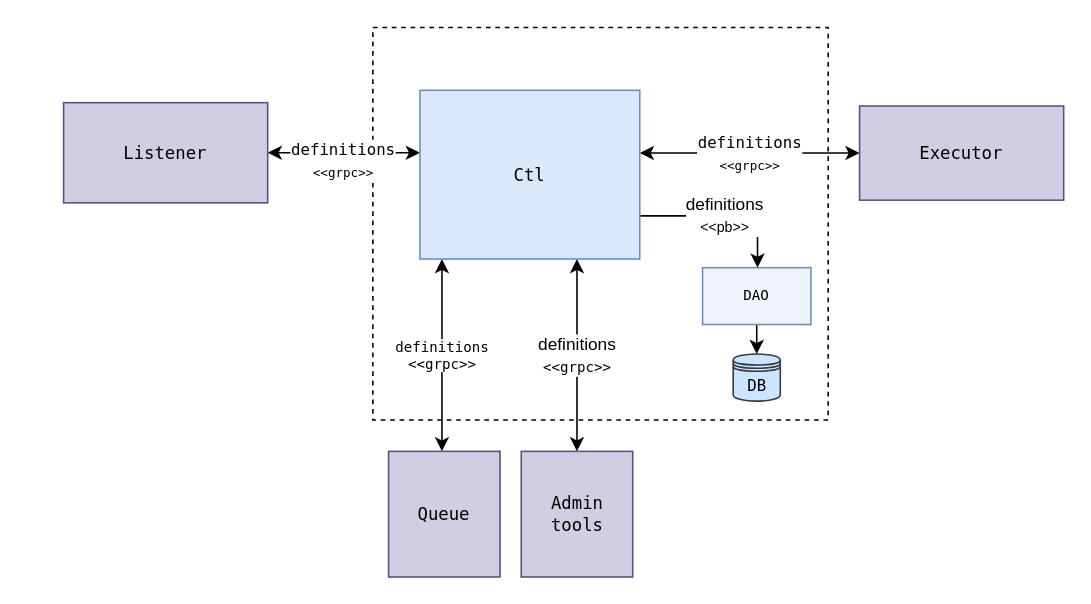
The draw.io diagram page "Ctl" (11 of 14) of docs/Jobico.drawio in andrescosta/jobico-fn, before the edit. Source tidied: cells renumbered, new cells numbered last; positions are measured from the earlier drawing's top-left corner, leaving out a move shared by most shapes. Both pictures are drawn from the tidied source at 157%, with x=0, y=0 at pixel (63, 27).
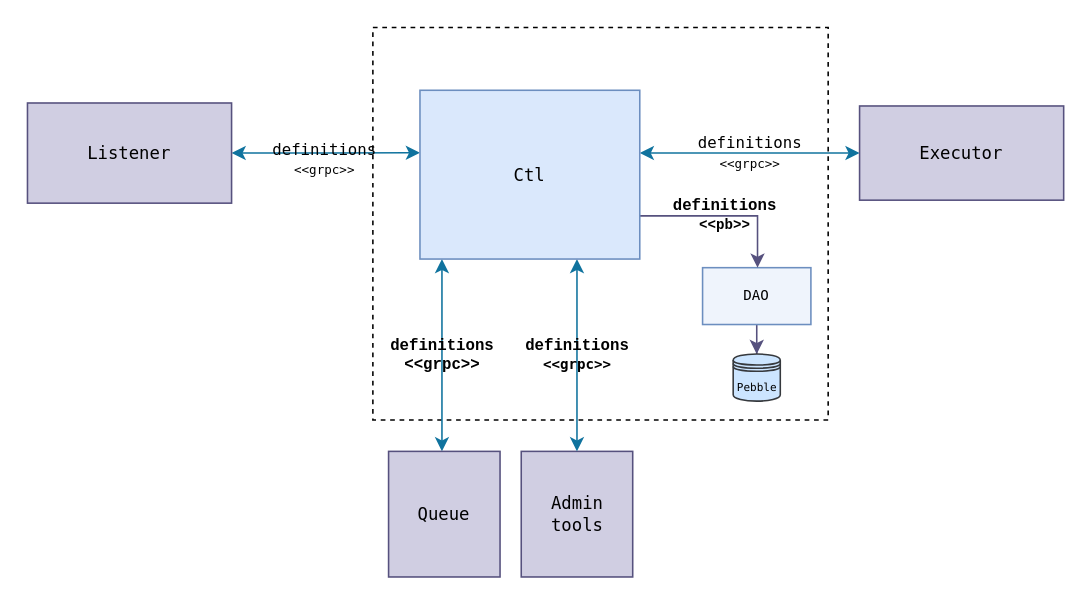
Above is the later version.

Unchanged cells that the change refers to:
```xml
<mxCell id="9" value="Executor" style="rounded=0;whiteSpace=wrap;html=1;labelBackgroundColor=none;fillColor=#d0cee2;strokeColor=#56517e;fontFamily=Lucida Console;fontSize=11;" parent="1" vertex="1">
  <mxGeometry x="507" y="50" width="130" height="60" as="geometry" />
</mxCell>
<mxCell id="11" value="DAO" style="rounded=0;whiteSpace=wrap;html=1;fontFamily=Lucida Console;fontSize=9;strokeColor=#6c8ebf;align=center;verticalAlign=middle;fontColor=default;labelBackgroundColor=none;fillColor=#EFF4FC;" parent="1" vertex="1">
  <mxGeometry x="407" y="153" width="69" height="36.2" as="geometry" />
</mxCell>
<mxCell id="14" value="Admin &lt;br&gt;tools" style="rounded=0;whiteSpace=wrap;html=1;labelBackgroundColor=none;fillColor=#d0cee2;strokeColor=#56517e;fontFamily=Lucida Console;fontSize=11;" parent="1" vertex="1">
  <mxGeometry x="291.5" y="270" width="71" height="80" as="geometry" />
</mxCell>
<mxCell id="17" value="Ctl" style="rounded=0;whiteSpace=wrap;html=1;labelBackgroundColor=none;fillColor=#dae8fc;strokeColor=#6c8ebf;fontFamily=Lucida Console;fontSize=11;" parent="1" vertex="1">
  <mxGeometry x="227" y="40" width="140" height="107.5" as="geometry" />
</mxCell>
```

What changed in the source:
```diff
@@
-    <mxCell id="3" value="&lt;font style=&quot;&quot; face=&quot;Lucida Console&quot;&gt;&lt;font size=&quot;1&quot; style=&quot;&quot;&gt;definitions&lt;br&gt;&lt;/font&gt;&lt;font style=&quot;font-size: 8px;&quot;&gt;&amp;lt;&amp;lt;grpc&amp;gt;&amp;gt;&lt;/font&gt;&lt;/font&gt;" style="edgeStyle=orthogonalEdgeStyle;jettySize=auto;html=1;rounded=0;curved=0;endArrow=classic;endFill=1;startArrow=classic;startFill=1;" parent="1" edge="1" target="9">
+    <mxCell id="3" value="&lt;font style=&quot;&quot; face=&quot;Lucida Console&quot;&gt;&lt;font size=&quot;1&quot; style=&quot;&quot;&gt;definitions&lt;br&gt;&lt;/font&gt;&lt;font style=&quot;font-size: 8px;&quot;&gt;&amp;lt;&amp;lt;grpc&amp;gt;&amp;gt;&lt;/font&gt;&lt;/font&gt;" style="edgeStyle=orthogonalEdgeStyle;jettySize=auto;html=1;rounded=0;curved=0;endArrow=classic;endFill=1;startArrow=classic;startFill=1;strokeColor=#10739e;align=center;verticalAlign=middle;fontFamily=Courier New;fontSize=10;fontColor=default;fontStyle=0;labelBackgroundColor=none;fillColor=#b1ddf0;" parent="1" edge="1" target="9">
       <mxGeometry relative="1" as="geometry">
         <mxPoint x="367" y="80" as="sourcePoint" />
         <Array as="points">
           <mxPoint x="377" y="80" />
           <mxPoint x="377" y="80" />
         </Array>
       </mxGeometry>
     </mxCell>
-    <mxCell id="4" value="definitions&lt;br style=&quot;font-size: 9px;&quot;&gt;&amp;lt;&amp;lt;grpc&amp;gt;&amp;gt;" style="edgeStyle=orthogonalEdgeStyle;orthogonalLoop=1;jettySize=auto;html=1;startArrow=classic;startFill=1;fontFamily=Lucida Console;fontSize=9;" parent="1" edge="1">
+    <mxCell id="4" value="definitions&lt;br style=&quot;font-size: 9px;&quot;&gt;&amp;lt;&amp;lt;grpc&amp;gt;&amp;gt;" style="edgeStyle=orthogonalEdgeStyle;orthogonalLoop=1;jettySize=auto;html=1;startArrow=classic;startFill=1;fontFamily=Courier New;fontSize=10;rounded=0;strokeColor=#10739e;align=center;verticalAlign=middle;fontColor=default;fontStyle=1;labelBackgroundColor=none;endArrow=classic;endFill=1;fillColor=#b1ddf0;" parent="1" edge="1">
       <mxGeometry relative="1" as="geometry">
         <mxPoint x="241" y="147.5" as="sourcePoint" />
         <mxPoint x="241" y="270" as="targetPoint" />
         <Array as="points">
           <mxPoint x="241" y="180" />
           <mxPoint x="241" y="180" />
         </Array>
       </mxGeometry>
     </mxCell>
@@
-    <mxCell id="6" style="edgeStyle=orthogonalEdgeStyle;jettySize=auto;html=1;startArrow=classic;startFill=1;" parent="1" edge="1" source="8">
+    <mxCell id="6" style="edgeStyle=orthogonalEdgeStyle;jettySize=auto;html=1;startArrow=classic;startFill=1;rounded=0;strokeColor=#10739e;align=center;verticalAlign=middle;fontFamily=Courier New;fontSize=10;fontColor=default;fontStyle=0;labelBackgroundColor=none;endArrow=classic;endFill=1;fillColor=#b1ddf0;" parent="1" edge="1" source="8">
       <mxGeometry relative="1" as="geometry">
         <mxPoint x="227" y="79.8" as="targetPoint" />
       </mxGeometry>
     </mxCell>
-    <mxCell id="7" value="&lt;font style=&quot;border-color: var(--border-color); font-family: &amp;quot;Lucida Console&amp;quot;;&quot; size=&quot;1&quot;&gt;definitions&lt;br style=&quot;border-color: var(--border-color);&quot;&gt;&lt;/font&gt;&lt;font style=&quot;border-color: var(--border-color); font-family: &amp;quot;Lucida Console&amp;quot;; font-size: 8px;&quot;&gt;&amp;lt;&amp;lt;grpc&amp;gt;&amp;gt;&lt;/font&gt;" style="edgeLabel;html=1;align=center;verticalAlign=middle;" parent="6" vertex="1">
+    <mxCell id="7" value="&lt;font style=&quot;border-color: var(--border-color); font-family: &amp;quot;Lucida Console&amp;quot;;&quot; size=&quot;1&quot;&gt;definitions&lt;br style=&quot;border-color: var(--border-color);&quot;&gt;&lt;/font&gt;&lt;font style=&quot;border-color: var(--border-color); font-family: &amp;quot;Lucida Console&amp;quot;; font-size: 8px;&quot;&gt;&amp;lt;&amp;lt;grpc&amp;gt;&amp;gt;&lt;/font&gt;" style="edgeLabel;html=1;align=center;verticalAlign=middle;rounded=0;strokeColor=#10739e;fontFamily=Courier New;fontSize=10;fontColor=default;fontStyle=0;labelBackgroundColor=none;fillColor=#b1ddf0;" parent="6" vertex="1">
       <mxGeometry y="-4" relative="1" as="geometry">
         <mxPoint x="-1" as="offset" />
       </mxGeometry>
     </mxCell>
     <mxCell id="8" value="Listener" style="rounded=0;whiteSpace=wrap;html=1;labelBackgroundColor=none;fillColor=#d0cee2;strokeColor=#56517e;fontFamily=Lucida Console;fontSize=11;" parent="1" vertex="1">
-      <mxGeometry y="47.9" width="130" height="63.8" as="geometry" />
+      <mxGeometry x="-23" y="48.1" width="130" height="63.8" as="geometry" />
     </mxCell>
@@
-    <mxCell id="10" style="edgeStyle=orthogonalEdgeStyle;jettySize=auto;html=1;" parent="1" edge="1" source="11" target="12">
+    <mxCell id="10" style="edgeStyle=orthogonalEdgeStyle;jettySize=auto;html=1;rounded=0;strokeColor=#56517e;align=center;verticalAlign=middle;fontFamily=Courier New;fontSize=10;fontColor=default;fontStyle=0;labelBackgroundColor=none;endArrow=classic;endFill=1;fillColor=#d0cee2;" parent="1" edge="1" source="11" target="12">
       <mxGeometry relative="1" as="geometry" />
     </mxCell>
@@
-    <mxCell id="12" value="DB" style="shape=datastore;whiteSpace=wrap;html=1;fontFamily=Lucida Console;fontSize=10;strokeColor=#36393d;strokeWidth=1;align=center;verticalAlign=middle;fontColor=default;fillColor=#cce5ff;" parent="1" vertex="1">
+    <mxCell id="12" value="&lt;font style=&quot;font-size: 7px;&quot;&gt;Pebble&lt;/font&gt;" style="shape=datastore;whiteSpace=wrap;html=1;fontFamily=Lucida Console;fontSize=10;strokeColor=#36393d;strokeWidth=1;align=center;verticalAlign=middle;fontColor=default;fillColor=#cce5ff;" parent="1" vertex="1">
       <mxGeometry x="426.5" y="208" width="30" height="30" as="geometry" />
     </mxCell>
@@
-    <mxCell id="15" value="definitions&lt;br style=&quot;border-color: var(--border-color); font-family: &amp;quot;Lucida Console&amp;quot;; font-size: 9px;&quot;&gt;&lt;span style=&quot;font-family: &amp;quot;Lucida Console&amp;quot;; font-size: 9px;&quot;&gt;&amp;lt;&amp;lt;grpc&amp;gt;&amp;gt;&lt;/span&gt;" style="edgeStyle=orthogonalEdgeStyle;jettySize=auto;html=1;startArrow=classic;startFill=1;" parent="1" edge="1" source="17" target="14">
+    <mxCell id="15" value="definitions&lt;br style=&quot;border-color: var(--border-color); font-family: &amp;quot;Lucida Console&amp;quot;; font-size: 9px;&quot;&gt;&lt;span style=&quot;font-family: &amp;quot;Lucida Console&amp;quot;; font-size: 9px;&quot;&gt;&amp;lt;&amp;lt;grpc&amp;gt;&amp;gt;&lt;/span&gt;" style="edgeStyle=orthogonalEdgeStyle;jettySize=auto;html=1;startArrow=classic;startFill=1;rounded=0;strokeColor=#10739e;align=center;verticalAlign=middle;fontFamily=Courier New;fontSize=10;fontColor=default;fontStyle=1;labelBackgroundColor=none;endArrow=classic;endFill=1;fillColor=#b1ddf0;" parent="1" edge="1" source="17" target="14">
       <mxGeometry relative="1" as="geometry">
         <Array as="points">
           <mxPoint x="327" y="180" />
           <mxPoint x="327" y="180" />
         </Array>
       </mxGeometry>
     </mxCell>
-    <mxCell id="16" value="definitions&lt;br&gt;&lt;font style=&quot;font-size: 9px;&quot;&gt;&amp;lt;&amp;lt;pb&amp;gt;&amp;gt;&lt;/font&gt;" style="edgeStyle=orthogonalEdgeStyle;jettySize=auto;html=1;rounded=0;curved=0;" parent="1" edge="1" source="17" target="11">
+    <mxCell id="16" value="definitions&lt;br&gt;&lt;font style=&quot;font-size: 9px;&quot;&gt;&amp;lt;&amp;lt;pb&amp;gt;&amp;gt;&lt;/font&gt;" style="edgeStyle=orthogonalEdgeStyle;jettySize=auto;html=1;rounded=0;curved=0;strokeColor=#56517e;align=center;verticalAlign=middle;fontFamily=Courier New;fontSize=10;fontColor=default;fontStyle=1;labelBackgroundColor=none;endArrow=classic;endFill=1;fillColor=#d0cee2;" parent="1" edge="1" source="17" target="11">
       <mxGeometry relative="1" as="geometry">
         <Array as="points">
           <mxPoint x="442" y="120" />
         </Array>
       </mxGeometry>
     </mxCell>
```
